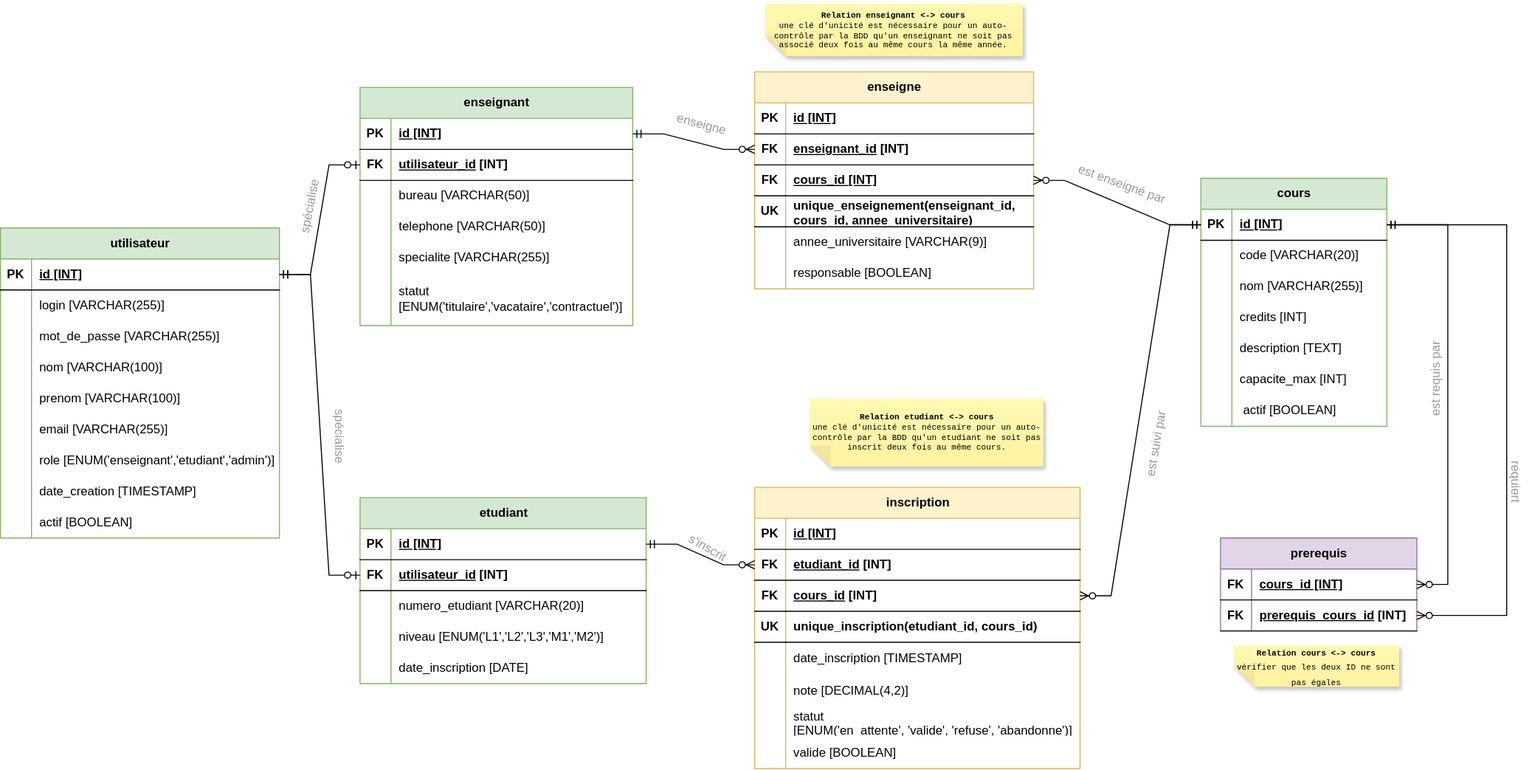
Before: docs/svg/UE_L204_mini-Projet_DB.svg, a diagram exported from draw.io (syl-cha/ue-l204). Source tidied: cells renumbered, new cells last; positions are measured from the earlier drawing's top-left corner, leaving out a move shared by most shapes.
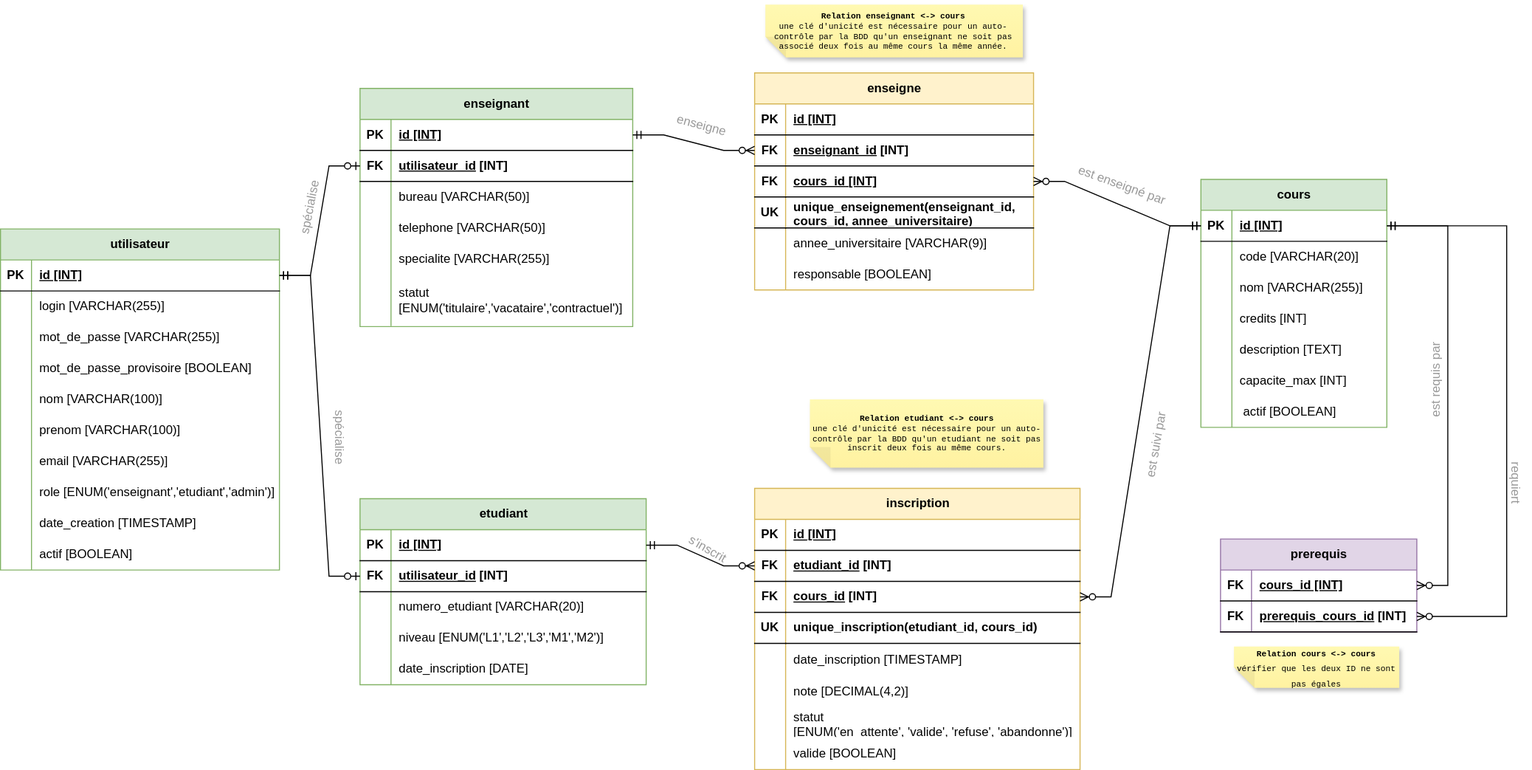
Later version of the same file.

Commit message:
maj: svg de la bdd

Change to the diagram source:
```diff
@@ -3,7 +3,7 @@
     <mxCell id="0" />
     <mxCell id="1" parent="0" />
     <mxCell id="2" value="utilisateur" style="shape=table;startSize=30;rowLines=0;fontStyle=1;align=center;html=1;fontSize=12;fillColor=#d5e8d4;strokeColor=#82b366;" parent="1" vertex="1">
-      <mxGeometry y="217" width="270" height="300" as="geometry" />
+      <mxGeometry y="217" width="270" height="330" as="geometry" />
     </mxCell>
     <mxCell id="3" style="shape=tableRow;horizontal=0;startSize=0;swimlaneHead=0;swimlaneBody=0;fillColor=none;points=[[0,0.5],[1,0.5]];portConstraint=eastwest;top=0;left=0;right=0;bottom=1;" parent="2" vertex="1">
       <mxGeometry y="30" width="270" height="30" as="geometry" />
@@ -32,8 +32,17 @@
     <mxCell id="11" value="mot_de_passe&amp;nbsp;[VARCHAR(255)]" style="shape=partialRectangle;fillColor=none;top=0;left=0;bottom=0;right=0;align=left;spacingLeft=6;overflow=hidden;whiteSpace=wrap;html=1;" parent="9" vertex="1">
       <mxGeometry x="30" width="240" height="30" as="geometry" />
     </mxCell>
+    <mxCell id="158" style="shape=tableRow;horizontal=0;startSize=0;swimlaneHead=0;swimlaneBody=0;fillColor=none;top=0;left=0;right=0;bottom=0;" parent="2" vertex="1">
+      <mxGeometry y="120" width="270" height="30" as="geometry" />
+    </mxCell>
+    <mxCell id="159" style="shape=partialRectangle;fillColor=none;top=0;left=0;bottom=0;right=0;overflow=hidden;whiteSpace=wrap;html=1;" parent="158" vertex="1">
+      <mxGeometry width="30" height="30" as="geometry" />
+    </mxCell>
+    <mxCell id="160" value="mot_de_passe_provisoire [BOOLEAN]" style="shape=partialRectangle;fillColor=none;top=0;left=0;bottom=0;right=0;align=left;spacingLeft=6;overflow=hidden;whiteSpace=wrap;html=1;" parent="158" vertex="1">
+      <mxGeometry x="30" width="240" height="30" as="geometry" />
+    </mxCell>
     <mxCell id="12" style="shape=tableRow;horizontal=0;startSize=0;swimlaneHead=0;swimlaneBody=0;fillColor=none;top=0;left=0;right=0;bottom=0;" parent="2" vertex="1">
-      <mxGeometry y="120" width="270" height="30" as="geometry" />
+      <mxGeometry y="150" width="270" height="30" as="geometry" />
     </mxCell>
     <mxCell id="13" style="shape=partialRectangle;fillColor=none;top=0;left=0;bottom=0;right=0;overflow=hidden;whiteSpace=wrap;html=1;" parent="12" vertex="1">
       <mxGeometry width="30" height="30" as="geometry" />
@@ -42,7 +51,7 @@
       <mxGeometry x="30" width="240" height="30" as="geometry" />
     </mxCell>
     <mxCell id="15" style="shape=tableRow;horizontal=0;startSize=0;swimlaneHead=0;swimlaneBody=0;fillColor=none;top=0;left=0;right=0;bottom=0;" parent="2" vertex="1">
-      <mxGeometry y="150" width="270" height="30" as="geometry" />
+      <mxGeometry y="180" width="270" height="30" as="geometry" />
     </mxCell>
     <mxCell id="16" style="shape=partialRectangle;fillColor=none;top=0;left=0;bottom=0;right=0;overflow=hidden;whiteSpace=wrap;html=1;" parent="15" vertex="1">
       <mxGeometry width="30" height="30" as="geometry" />
@@ -51,7 +60,7 @@
       <mxGeometry x="30" width="240" height="30" as="geometry" />
     </mxCell>
     <mxCell id="18" style="shape=tableRow;horizontal=0;startSize=0;swimlaneHead=0;swimlaneBody=0;fillColor=none;top=0;left=0;right=0;bottom=0;" parent="2" vertex="1">
-      <mxGeometry y="180" width="270" height="30" as="geometry" />
+      <mxGeometry y="210" width="270" height="30" as="geometry" />
     </mxCell>
     <mxCell id="19" style="shape=partialRectangle;fillColor=none;top=0;left=0;bottom=0;right=0;overflow=hidden;whiteSpace=wrap;html=1;" parent="18" vertex="1">
       <mxGeometry width="30" height="30" as="geometry" />
@@ -60,7 +69,7 @@
       <mxGeometry x="30" width="240" height="30" as="geometry" />
     </mxCell>
     <mxCell id="21" style="shape=tableRow;horizontal=0;startSize=0;swimlaneHead=0;swimlaneBody=0;fillColor=none;top=0;left=0;right=0;bottom=0;" parent="2" vertex="1">
-      <mxGeometry y="210" width="270" height="30" as="geometry" />
+      <mxGeometry y="240" width="270" height="30" as="geometry" />
     </mxCell>
     <mxCell id="22" style="shape=partialRectangle;fillColor=none;top=0;left=0;bottom=0;right=0;overflow=hidden;whiteSpace=wrap;html=1;" parent="21" vertex="1">
       <mxGeometry width="30" height="30" as="geometry" />
@@ -69,7 +78,7 @@
       <mxGeometry x="30" width="240" height="30" as="geometry" />
     </mxCell>
     <mxCell id="24" style="shape=tableRow;horizontal=0;startSize=0;swimlaneHead=0;swimlaneBody=0;fillColor=none;top=0;left=0;right=0;bottom=0;" parent="2" vertex="1">
-      <mxGeometry y="240" width="270" height="30" as="geometry" />
+      <mxGeometry y="270" width="270" height="30" as="geometry" />
     </mxCell>
     <mxCell id="25" style="shape=partialRectangle;fillColor=none;top=0;left=0;bottom=0;right=0;overflow=hidden;whiteSpace=wrap;html=1;" parent="24" vertex="1">
       <mxGeometry width="30" height="30" as="geometry" />
@@ -78,7 +87,7 @@
       <mxGeometry x="30" width="240" height="30" as="geometry" />
     </mxCell>
     <mxCell id="27" style="shape=tableRow;horizontal=0;startSize=0;swimlaneHead=0;swimlaneBody=0;fillColor=none;top=0;left=0;right=0;bottom=0;" parent="2" vertex="1">
-      <mxGeometry y="270" width="270" height="30" as="geometry" />
+      <mxGeometry y="300" width="270" height="30" as="geometry" />
     </mxCell>
     <mxCell id="28" style="shape=partialRectangle;fillColor=none;top=0;left=0;bottom=0;right=0;overflow=hidden;whiteSpace=wrap;html=1;" parent="27" vertex="1">
       <mxGeometry width="30" height="30" as="geometry" />
```
